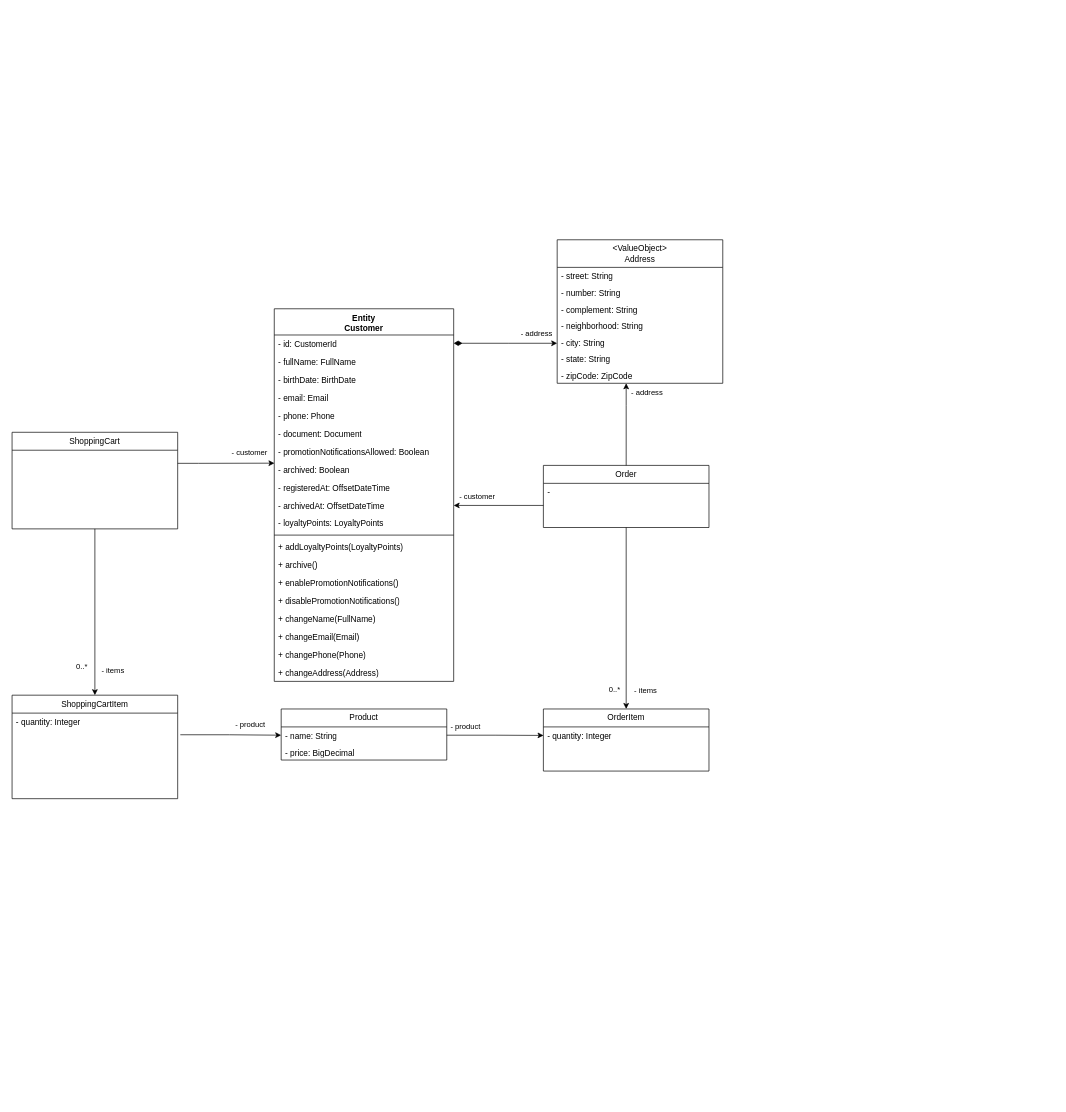
Above: Algashop domain model.drawio in dhsouza/algashop-docs (draw.io), before the change. Source tidied: cells renumbered, new cells numbered last; positions are measured from the earlier drawing's top-left corner, leaving out a move shared by most shapes. Both pictures are drawn from the tidied source at 69%, with x=0, y=0 at pixel (12, 239).
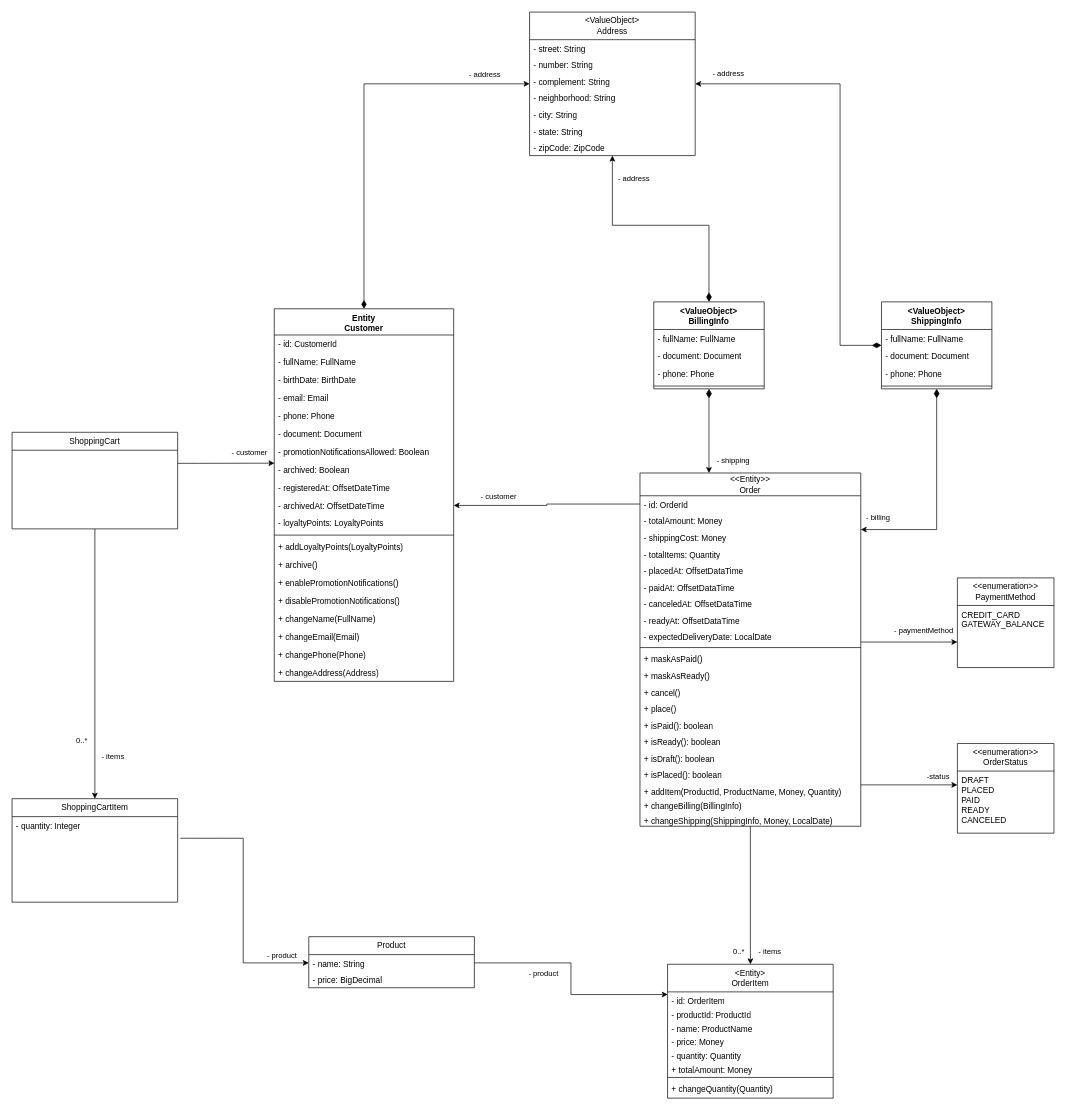
The same page after the edit.

Commit message (it also covers changes not shown here):
chore: refining order entity model

Unchanged cells that the change refers to:
```xml
<mxCell id="4" value="Entity&lt;div&gt;Customer&lt;/div&gt;" style="swimlane;fontStyle=1;align=center;verticalAlign=top;horizontal=1;startSize=38;whiteSpace=wrap;html=1;" parent="1" vertex="1">
  <mxGeometry x="380" y="100" width="260" height="540" as="geometry" />
</mxCell>
<mxCell id="33" style="edgeStyle=orthogonalEdgeStyle;rounded=0;jettySize=auto;html=1;entryX=0;entryY=0.5;entryDx=0;entryDy=0;exitX=1.016;exitY=0.253;exitDx=0;exitDy=0;exitPerimeter=0;" parent="1" edge="1" source="32" target="36">
  <mxGeometry relative="1" as="geometry" />
</mxCell>
<mxCell id="40" style="edgeStyle=orthogonalEdgeStyle;rounded=0;jettySize=auto;html=1;entryX=0.001;entryY=0.193;entryDx=0;entryDy=0;entryPerimeter=0;" parent="1" edge="1" source="36" target="39">
  <mxGeometry relative="1" as="geometry" />
</mxCell>
```

The edit, as a diff of the source:
```diff
@@
     <mxCell id="2" style="rounded=0;jettySize=auto;html=1;flowAnimation=0;edgeStyle=orthogonalEdgeStyle;startArrow=diamondThin;startFill=1;strokeWidth=1;startSize=10;" parent="1" edge="1" source="4" target="49">
       <mxGeometry relative="1" as="geometry">
         <Array as="points">
-          <mxPoint x="720" y="150" />
-          <mxPoint x="720" y="150" />
+          <mxPoint x="510" y="-226" />
         </Array>
       </mxGeometry>
     </mxCell>
@@
     <mxCell id="31" value="ShoppingCartItem" style="swimlane;fontStyle=0;horizontal=1;startSize=26;fillColor=none;whiteSpace=wrap;html=1;" parent="1" vertex="1">
-      <mxGeometry y="660" width="240" height="150" as="geometry" />
+      <mxGeometry y="810" width="240" height="150" as="geometry" />
     </mxCell>
@@
     <mxCell id="34" value="- product" style="edgeLabel;html=1;align=center;verticalAlign=middle;" parent="33" vertex="1">
       <mxGeometry x="0.26" y="-1" relative="1" as="geometry">
-        <mxPoint x="9" y="-17" as="offset" />
+        <mxPoint x="56" y="29" as="offset" />
       </mxGeometry>
     </mxCell>
     <mxCell id="35" value="Product" style="swimlane;fontStyle=0;horizontal=1;startSize=26;fillColor=none;whiteSpace=wrap;html=1;" parent="1" vertex="1">
-      <mxGeometry x="390" y="680" width="240" height="74" as="geometry" />
+      <mxGeometry x="430" y="1010" width="240" height="74" as="geometry" />
     </mxCell>
@@
-    <mxCell id="38" value="OrderItem" style="swimlane;fontStyle=0;horizontal=1;startSize=26;fillColor=none;whiteSpace=wrap;html=1;" parent="1" vertex="1">
-      <mxGeometry x="770" y="680" width="240" height="90" as="geometry" />
+    <mxCell id="38" value="&lt;div&gt;&amp;lt;Entity&amp;gt;&lt;/div&gt;OrderItem" style="swimlane;fontStyle=0;horizontal=1;startSize=40;fillColor=none;whiteSpace=wrap;html=1;" parent="1" vertex="1">
+      <mxGeometry x="950" y="1050" width="240" height="194" as="geometry" />
     </mxCell>
-    <mxCell id="39" value="- quantity: Integer" style="text;strokeColor=none;fillColor=none;align=left;verticalAlign=top;spacingLeft=4;spacingRight=4;overflow=hidden;points=[[0,0.5],[1,0.5]];portConstraint=eastwest;whiteSpace=wrap;html=1;" parent="38" vertex="1">
-      <mxGeometry y="26" width="240" height="64" as="geometry" />
+    <mxCell id="39" value="- id: OrderItem" style="text;strokeColor=none;fillColor=none;align=left;verticalAlign=top;spacingLeft=4;spacingRight=4;overflow=hidden;points=[[0,0.5],[1,0.5]];portConstraint=eastwest;whiteSpace=wrap;html=1;" parent="38" vertex="1">
+      <mxGeometry y="40" width="240" height="20" as="geometry" />
     </mxCell>
+    <mxCell id="59" value="- productId: ProductId" style="text;strokeColor=none;fillColor=none;align=left;verticalAlign=top;spacingLeft=4;spacingRight=4;overflow=hidden;whiteSpace=wrap;html=1;" parent="38" vertex="1">
+      <mxGeometry y="60" width="240" height="20" as="geometry" />
+    </mxCell>
+    <mxCell id="60" value="- name: ProductName" style="text;strokeColor=none;fillColor=none;align=left;verticalAlign=top;spacingLeft=4;spacingRight=4;overflow=hidden;whiteSpace=wrap;html=1;" parent="38" vertex="1">
+      <mxGeometry y="80" width="240" height="20" as="geometry" />
+    </mxCell>
+    <mxCell id="61" value="- price: Money" style="text;strokeColor=none;fillColor=none;align=left;verticalAlign=top;spacingLeft=4;spacingRight=4;overflow=hidden;whiteSpace=wrap;html=1;" parent="38" vertex="1">
+      <mxGeometry y="100" width="240" height="20" as="geometry" />
+    </mxCell>
+    <mxCell id="62" value="- quantity: Quantity" style="text;strokeColor=none;fillColor=none;align=left;verticalAlign=top;spacingLeft=4;spacingRight=4;overflow=hidden;whiteSpace=wrap;html=1;" parent="38" vertex="1">
+      <mxGeometry y="120" width="240" height="20" as="geometry" />
+    </mxCell>
+    <mxCell id="63" value="+ totalAmount: Money" style="text;strokeColor=none;fillColor=none;align=left;verticalAlign=top;spacingLeft=4;spacingRight=4;overflow=hidden;whiteSpace=wrap;html=1;" parent="38" vertex="1">
+      <mxGeometry y="140" width="240" height="20" as="geometry" />
+    </mxCell>
+    <mxCell id="64" style="line;strokeWidth=1;fillColor=none;align=left;verticalAlign=middle;spacingTop=-1;spacingLeft=3;spacingRight=3;labelPosition=right;strokeColor=inherit;" parent="38" vertex="1">
+      <mxGeometry y="160" width="240" height="8" as="geometry" />
+    </mxCell>
+    <mxCell id="65" value="+ changeQuantity(Quantity)" style="text;strokeColor=none;fillColor=none;align=left;verticalAlign=top;spacingLeft=4;spacingRight=4;overflow=hidden;whiteSpace=wrap;html=1;" parent="38" vertex="1">
+      <mxGeometry y="168" width="240" height="26" as="geometry" />
+    </mxCell>
@@
     <mxCell id="41" value="- product" style="edgeLabel;html=1;align=center;verticalAlign=middle;" parent="40" vertex="1">
       <mxGeometry x="0.14" y="1" relative="1" as="geometry">
-        <mxPoint x="-53" y="-12" as="offset" />
+        <mxPoint x="-41" y="-29" as="offset" />
       </mxGeometry>
     </mxCell>
-    <mxCell id="42" style="edgeStyle=orthogonalEdgeStyle;rounded=0;jettySize=auto;html=1;" parent="1" edge="1" source="47" target="49">
-      <mxGeometry relative="1" as="geometry">
-        <Array as="points">
-          <mxPoint x="890" y="240" />
-          <mxPoint x="890" y="240" />
-        </Array>
-      </mxGeometry>
-    </mxCell>
-    <mxCell id="43" value="- address" style="edgeLabel;html=1;align=center;verticalAlign=middle;" parent="42" vertex="1">
-      <mxGeometry x="0.58" y="2" relative="1" as="geometry">
-        <mxPoint x="31" y="-13" as="offset" />
-      </mxGeometry>
-    </mxCell>
@@
-    <mxCell id="47" value="Order" style="swimlane;fontStyle=0;horizontal=1;startSize=26;fillColor=none;whiteSpace=wrap;html=1;" parent="1" vertex="1">
-      <mxGeometry x="770" y="327" width="240" height="90" as="geometry" />
+    <mxCell id="47" value="&lt;div&gt;&amp;lt;&amp;lt;Entity&amp;gt;&amp;gt;&lt;/div&gt;Order" style="swimlane;fontStyle=0;horizontal=1;startSize=33;fillColor=none;whiteSpace=wrap;html=1;" parent="1" vertex="1">
+      <mxGeometry x="910" y="338" width="320" height="512" as="geometry" />
     </mxCell>
-    <mxCell id="48" value="-&amp;nbsp;" style="text;strokeColor=none;fillColor=none;align=left;verticalAlign=top;spacingLeft=4;spacingRight=4;overflow=hidden;points=[[0,0.5],[1,0.5]];portConstraint=eastwest;whiteSpace=wrap;html=1;" parent="47" vertex="1">
-      <mxGeometry y="26" width="240" height="64" as="geometry" />
+    <mxCell id="48" value="- id: OrderId" style="text;strokeColor=none;fillColor=none;align=left;verticalAlign=top;spacingLeft=4;spacingRight=4;overflow=hidden;points=[[0,0.5],[1,0.5]];portConstraint=eastwest;whiteSpace=wrap;html=1;" parent="47" vertex="1">
+      <mxGeometry y="33" width="320" height="24" as="geometry" />
     </mxCell>
+    <mxCell id="66" value="- totalAmount: Money" style="text;strokeColor=none;fillColor=none;align=left;verticalAlign=top;spacingLeft=4;spacingRight=4;overflow=hidden;whiteSpace=wrap;html=1;" parent="47" vertex="1">
+      <mxGeometry y="57" width="320" height="24" as="geometry" />
+    </mxCell>
+    <mxCell id="67" value="- shippingCost: Money" style="text;strokeColor=none;fillColor=none;align=left;verticalAlign=top;spacingLeft=4;spacingRight=4;overflow=hidden;whiteSpace=wrap;html=1;" parent="47" vertex="1">
+      <mxGeometry y="81" width="320" height="24" as="geometry" />
+    </mxCell>
+    <mxCell id="68" value="- totalItems: Quantity" style="text;strokeColor=none;fillColor=none;align=left;verticalAlign=top;spacingLeft=4;spacingRight=4;overflow=hidden;whiteSpace=wrap;html=1;" parent="47" vertex="1">
+      <mxGeometry y="105" width="320" height="24" as="geometry" />
+    </mxCell>
+    <mxCell id="69" value="- placedAt: OffsetDataTime" style="text;strokeColor=none;fillColor=none;align=left;verticalAlign=top;spacingLeft=4;spacingRight=4;overflow=hidden;whiteSpace=wrap;html=1;" parent="47" vertex="1">
+      <mxGeometry y="129" width="320" height="24" as="geometry" />
+    </mxCell>
+    <mxCell id="70" value="- paidAt: OffsetDataTime" style="text;strokeColor=none;fillColor=none;align=left;verticalAlign=top;spacingLeft=4;spacingRight=4;overflow=hidden;whiteSpace=wrap;html=1;" parent="47" vertex="1">
+      <mxGeometry y="153" width="320" height="24" as="geometry" />
+    </mxCell>
+    <mxCell id="71" value="- canceledAt: OffsetDataTime" style="text;strokeColor=none;fillColor=none;align=left;verticalAlign=top;spacingLeft=4;spacingRight=4;overflow=hidden;whiteSpace=wrap;html=1;" parent="47" vertex="1">
+      <mxGeometry y="177" width="320" height="24" as="geometry" />
+    </mxCell>
+    <mxCell id="72" value="- readyAt: OffsetDataTime" style="text;strokeColor=none;fillColor=none;align=left;verticalAlign=top;spacingLeft=4;spacingRight=4;overflow=hidden;whiteSpace=wrap;html=1;" parent="47" vertex="1">
+      <mxGeometry y="201" width="320" height="24" as="geometry" />
+    </mxCell>
+    <mxCell id="73" value="- expectedDeliveryDate: LocalDate" style="text;strokeColor=none;fillColor=none;align=left;verticalAlign=top;spacingLeft=4;spacingRight=4;overflow=hidden;whiteSpace=wrap;html=1;" parent="47" vertex="1">
+      <mxGeometry y="225" width="320" height="24" as="geometry" />
+    </mxCell>
+    <mxCell id="74" style="line;strokeWidth=1;fillColor=none;align=left;verticalAlign=middle;spacingTop=-1;spacingLeft=3;spacingRight=3;labelPosition=right;strokeColor=inherit;" parent="47" vertex="1">
+      <mxGeometry y="249" width="320" height="8" as="geometry" />
+    </mxCell>
+    <mxCell id="75" value="+ maskAsPaid()" style="text;strokeColor=none;fillColor=none;align=left;verticalAlign=top;spacingLeft=4;spacingRight=4;overflow=hidden;whiteSpace=wrap;html=1;" parent="47" vertex="1">
+      <mxGeometry y="257" width="320" height="24" as="geometry" />
+    </mxCell>
+    <mxCell id="76" value="+ maskAsReady()" style="text;strokeColor=none;fillColor=none;align=left;verticalAlign=top;spacingLeft=4;spacingRight=4;overflow=hidden;whiteSpace=wrap;html=1;" parent="47" vertex="1">
+      <mxGeometry y="281" width="320" height="24" as="geometry" />
+    </mxCell>
+    <mxCell id="77" value="+ cancel()" style="text;strokeColor=none;fillColor=none;align=left;verticalAlign=top;spacingLeft=4;spacingRight=4;overflow=hidden;whiteSpace=wrap;html=1;" parent="47" vertex="1">
+      <mxGeometry y="305" width="320" height="24" as="geometry" />
+    </mxCell>
+    <mxCell id="78" value="+ place()" style="text;strokeColor=none;fillColor=none;align=left;verticalAlign=top;spacingLeft=4;spacingRight=4;overflow=hidden;whiteSpace=wrap;html=1;" parent="47" vertex="1">
+      <mxGeometry y="329" width="320" height="24" as="geometry" />
+    </mxCell>
+    <mxCell id="79" value="+ isPaid(): boolean" style="text;strokeColor=none;fillColor=none;align=left;verticalAlign=top;spacingLeft=4;spacingRight=4;overflow=hidden;whiteSpace=wrap;html=1;" parent="47" vertex="1">
+      <mxGeometry y="353" width="320" height="24" as="geometry" />
+    </mxCell>
+    <mxCell id="80" value="+ isReady(): boolean" style="text;strokeColor=none;fillColor=none;align=left;verticalAlign=top;spacingLeft=4;spacingRight=4;overflow=hidden;whiteSpace=wrap;html=1;" parent="47" vertex="1">
+      <mxGeometry y="377" width="320" height="24" as="geometry" />
+    </mxCell>
+    <mxCell id="81" value="+ isDraft(): boolean" style="text;strokeColor=none;fillColor=none;align=left;verticalAlign=top;spacingLeft=4;spacingRight=4;overflow=hidden;whiteSpace=wrap;html=1;" parent="47" vertex="1">
+      <mxGeometry y="401" width="320" height="24" as="geometry" />
+    </mxCell>
+    <mxCell id="82" value="+ isPlaced(): boolean" style="text;strokeColor=none;fillColor=none;align=left;verticalAlign=top;spacingLeft=4;spacingRight=4;overflow=hidden;whiteSpace=wrap;html=1;" parent="47" vertex="1">
+      <mxGeometry y="425" width="320" height="24" as="geometry" />
+    </mxCell>
+    <mxCell id="83" value="+ addItem(ProductId, ProductName, Money, Quantity)" style="text;strokeColor=none;fillColor=none;align=left;verticalAlign=top;spacingLeft=4;spacingRight=4;overflow=hidden;whiteSpace=wrap;html=1;" parent="47" vertex="1">
+      <mxGeometry y="449" width="320" height="21" as="geometry" />
+    </mxCell>
+    <mxCell id="84" value="+ changeBilling(BillingInfo)" style="text;strokeColor=none;fillColor=none;align=left;verticalAlign=top;spacingLeft=4;spacingRight=4;overflow=hidden;whiteSpace=wrap;html=1;" parent="47" vertex="1">
+      <mxGeometry y="470" width="320" height="21" as="geometry" />
+    </mxCell>
+    <mxCell id="85" value="+ changeShipping(ShippingInfo, Money, LocalDate)" style="text;strokeColor=none;fillColor=none;align=left;verticalAlign=top;spacingLeft=4;spacingRight=4;overflow=hidden;whiteSpace=wrap;html=1;" parent="47" vertex="1">
+      <mxGeometry y="491" width="320" height="21" as="geometry" />
+    </mxCell>
     <mxCell id="49" value="&lt;div&gt;&amp;lt;ValueObject&amp;gt;&lt;/div&gt;Address" style="swimlane;fontStyle=0;horizontal=1;startSize=40;fillColor=none;whiteSpace=wrap;html=1;" parent="1" vertex="1">
-      <mxGeometry x="790" width="240" height="208" as="geometry" />
+      <mxGeometry x="750" y="-330" width="240" height="208" as="geometry" />
     </mxCell>
@@
+    <mxCell id="86" style="edgeStyle=orthogonalEdgeStyle;rounded=0;jettySize=auto;html=1;startArrow=diamondThin;startFill=1;startSize=11;" parent="1" edge="1" source="90" target="47">
+      <mxGeometry relative="1" as="geometry">
+        <Array as="points">
+          <mxPoint x="1340" y="420" />
+        </Array>
+      </mxGeometry>
+    </mxCell>
+    <mxCell id="87" value="- billing" style="edgeLabel;html=1;align=center;verticalAlign=middle;" parent="86" vertex="1">
+      <mxGeometry x="0.83" y="2" relative="1" as="geometry">
+        <mxPoint x="-3" y="-20" as="offset" />
+      </mxGeometry>
+    </mxCell>
+    <mxCell id="88" style="edgeStyle=orthogonalEdgeStyle;rounded=0;jettySize=auto;html=1;startArrow=diamondThin;startFill=1;startSize=11;" parent="1" edge="1" source="90" target="49">
+      <mxGeometry relative="1" as="geometry">
+        <Array as="points">
+          <mxPoint x="1200" y="153" />
+          <mxPoint x="1200" y="-226" />
+        </Array>
+      </mxGeometry>
+    </mxCell>
+    <mxCell id="89" value="- address" style="edgeLabel;html=1;align=center;verticalAlign=middle;" parent="88" vertex="1">
+      <mxGeometry x="0.84" y="-2" relative="1" as="geometry">
+        <mxPoint x="-5" y="-14" as="offset" />
+      </mxGeometry>
+    </mxCell>
+    <mxCell id="90" value="&amp;lt;ValueObject&amp;gt;&lt;div&gt;ShippingInfo&lt;/div&gt;" style="swimlane;fontStyle=1;align=center;verticalAlign=top;horizontal=1;startSize=40;whiteSpace=wrap;html=1;" parent="1" vertex="1">
+      <mxGeometry x="1260" y="90" width="160" height="126" as="geometry" />
+    </mxCell>
+    <mxCell id="91" value="- fullName: FullName" style="text;strokeColor=none;fillColor=none;align=left;verticalAlign=top;spacingLeft=4;spacingRight=4;overflow=hidden;whiteSpace=wrap;html=1;" parent="90" vertex="1">
+      <mxGeometry y="40" width="160" height="26" as="geometry" />
+    </mxCell>
+    <mxCell id="92" value="- document: Document" style="text;strokeColor=none;fillColor=none;align=left;verticalAlign=top;spacingLeft=4;spacingRight=4;overflow=hidden;whiteSpace=wrap;html=1;" parent="90" vertex="1">
+      <mxGeometry y="66" width="160" height="26" as="geometry" />
+    </mxCell>
+    <mxCell id="93" value="- phone: Phone" style="text;strokeColor=none;fillColor=none;align=left;verticalAlign=top;spacingLeft=4;spacingRight=4;overflow=hidden;whiteSpace=wrap;html=1;" parent="90" vertex="1">
+      <mxGeometry y="92" width="160" height="26" as="geometry" />
+    </mxCell>
+    <mxCell id="94" style="line;strokeWidth=1;fillColor=none;align=left;verticalAlign=middle;spacingTop=-1;spacingLeft=3;spacingRight=3;labelPosition=right;strokeColor=inherit;" parent="90" vertex="1">
+      <mxGeometry y="118" width="160" height="8" as="geometry" />
+    </mxCell>
+    <mxCell id="95" style="edgeStyle=orthogonalEdgeStyle;rounded=0;jettySize=auto;html=1;startArrow=diamondThin;startFill=1;startSize=11;" parent="1" edge="1" source="99" target="47">
+      <mxGeometry relative="1" as="geometry">
+        <Array as="points">
+          <mxPoint x="1010" y="300" />
+          <mxPoint x="1010" y="300" />
+        </Array>
+      </mxGeometry>
+    </mxCell>
+    <mxCell id="96" value="- shipping" style="edgeLabel;html=1;align=center;verticalAlign=middle;" parent="95" vertex="1">
+      <mxGeometry x="0.55" y="1" relative="1" as="geometry">
+        <mxPoint x="33" y="8" as="offset" />
+      </mxGeometry>
+    </mxCell>
+    <mxCell id="97" style="edgeStyle=orthogonalEdgeStyle;rounded=0;jettySize=auto;html=1;startArrow=diamondThin;startFill=1;startSize=11;" parent="1" edge="1" source="99" target="49">
+      <mxGeometry relative="1" as="geometry" />
+    </mxCell>
+    <mxCell id="98" value="- address" style="edgeLabel;html=1;align=center;verticalAlign=middle;" parent="97" vertex="1">
+      <mxGeometry x="0.55" y="-4" relative="1" as="geometry">
+        <mxPoint x="26" y="-47" as="offset" />
+      </mxGeometry>
+    </mxCell>
+    <mxCell id="99" value="&amp;lt;ValueObject&amp;gt;&lt;div&gt;BillingInfo&lt;/div&gt;" style="swimlane;fontStyle=1;align=center;verticalAlign=top;horizontal=1;startSize=40;whiteSpace=wrap;html=1;" parent="1" vertex="1">
+      <mxGeometry x="930" y="90" width="160" height="126" as="geometry" />
+    </mxCell>
+    <mxCell id="100" value="- fullName: FullName" style="text;strokeColor=none;fillColor=none;align=left;verticalAlign=top;spacingLeft=4;spacingRight=4;overflow=hidden;whiteSpace=wrap;html=1;" parent="99" vertex="1">
+      <mxGeometry y="40" width="160" height="26" as="geometry" />
+    </mxCell>
+    <mxCell id="101" value="- document: Document" style="text;strokeColor=none;fillColor=none;align=left;verticalAlign=top;spacingLeft=4;spacingRight=4;overflow=hidden;whiteSpace=wrap;html=1;" parent="99" vertex="1">
+      <mxGeometry y="66" width="160" height="26" as="geometry" />
+    </mxCell>
+    <mxCell id="102" value="- phone: Phone" style="text;strokeColor=none;fillColor=none;align=left;verticalAlign=top;spacingLeft=4;spacingRight=4;overflow=hidden;whiteSpace=wrap;html=1;" parent="99" vertex="1">
+      <mxGeometry y="92" width="160" height="26" as="geometry" />
+    </mxCell>
+    <mxCell id="103" style="line;strokeWidth=1;fillColor=none;align=left;verticalAlign=middle;spacingTop=-1;spacingLeft=3;spacingRight=3;labelPosition=right;strokeColor=inherit;" parent="99" vertex="1">
+      <mxGeometry y="118" width="160" height="8" as="geometry" />
+    </mxCell>
+    <mxCell id="104" value="&amp;lt;&amp;lt;enumeration&amp;gt;&amp;gt;&lt;div&gt;OrderStatus&lt;/div&gt;" style="swimlane;fontStyle=0;horizontal=1;startSize=40;fillColor=none;whiteSpace=wrap;html=1;" parent="1" vertex="1">
+      <mxGeometry x="1370" y="730" width="140" height="130" as="geometry" />
+    </mxCell>
+    <mxCell id="105" value="DRAFT&lt;div&gt;PLACED&lt;/div&gt;&lt;div&gt;PAID&lt;/div&gt;&lt;div&gt;READY&lt;/div&gt;&lt;div&gt;CANCELED&lt;/div&gt;" style="text;strokeColor=none;fillColor=none;align=left;verticalAlign=top;spacingLeft=4;spacingRight=4;overflow=hidden;whiteSpace=wrap;html=1;" parent="104" vertex="1">
+      <mxGeometry y="40" width="140" height="90" as="geometry" />
+    </mxCell>
+    <mxCell id="106" style="edgeStyle=orthogonalEdgeStyle;rounded=0;jettySize=auto;html=1;" parent="1" edge="1" source="47" target="104">
+      <mxGeometry relative="1" as="geometry">
+        <Array as="points">
+          <mxPoint x="1310" y="790" />
+          <mxPoint x="1310" y="790" />
+        </Array>
+      </mxGeometry>
+    </mxCell>
+    <mxCell id="107" value="-status" style="edgeLabel;html=1;align=center;verticalAlign=middle;" parent="106" vertex="1">
+      <mxGeometry x="0.58" relative="1" as="geometry">
+        <mxPoint y="-13" as="offset" />
+      </mxGeometry>
+    </mxCell>
+    <mxCell id="108" value="&amp;lt;&amp;lt;enumeration&amp;gt;&amp;gt;&lt;div&gt;PaymentMethod&lt;/div&gt;" style="swimlane;fontStyle=0;horizontal=1;startSize=40;fillColor=none;whiteSpace=wrap;html=1;" parent="1" vertex="1">
+      <mxGeometry x="1370" y="490" width="140" height="130" as="geometry" />
+    </mxCell>
+    <mxCell id="109" value="CREDIT_CARD&lt;div&gt;GATEWAY_BALANCE&lt;/div&gt;" style="text;strokeColor=none;fillColor=none;align=left;verticalAlign=top;spacingLeft=4;spacingRight=4;overflow=hidden;whiteSpace=wrap;html=1;" parent="108" vertex="1">
+      <mxGeometry y="40" width="140" height="90" as="geometry" />
+    </mxCell>
+    <mxCell id="110" style="edgeStyle=orthogonalEdgeStyle;rounded=0;jettySize=auto;html=1;" parent="1" edge="1" source="47" target="108">
+      <mxGeometry relative="1" as="geometry">
+        <Array as="points">
+          <mxPoint x="1340" y="583" />
+          <mxPoint x="1340" y="583" />
+        </Array>
+      </mxGeometry>
+    </mxCell>
+    <mxCell id="111" value="- paymentMethod" style="edgeLabel;html=1;align=center;verticalAlign=middle;" parent="110" vertex="1">
+      <mxGeometry x="0.35" relative="1" as="geometry">
+        <mxPoint x="-5" y="-17" as="offset" />
+      </mxGeometry>
+    </mxCell>
```
